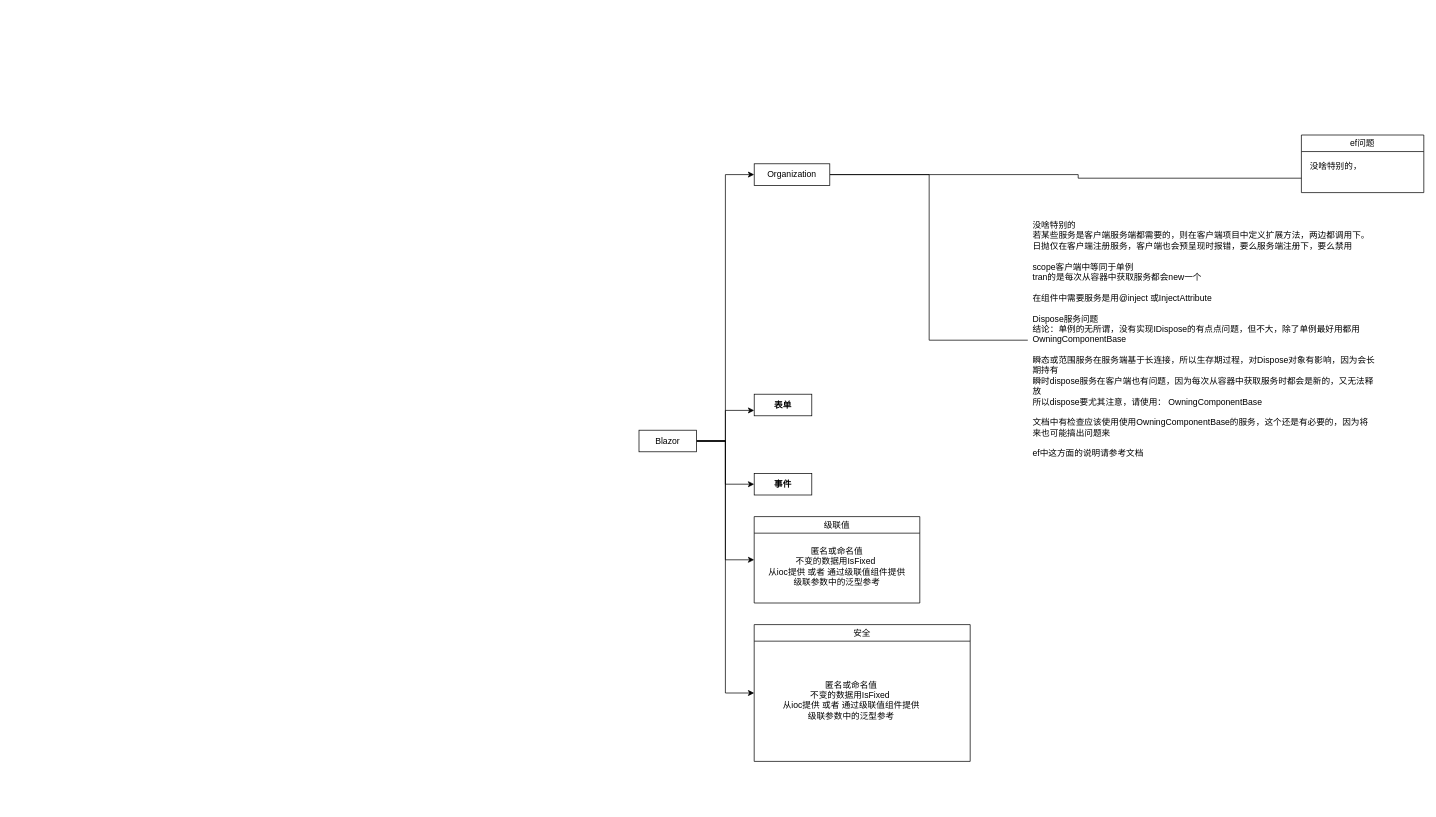
Above: blazor学习思维导图.drawio in bxjg1987/abpGeneralModules (draw.io), before the change. Source tidied: cells renumbered, new cells numbered last; positions are measured from the earlier drawing's top-left corner, leaving out a move shared by most shapes. Both pictures are drawn from the tidied source at 72%, with x=0, y=0 at pixel (639, 135).
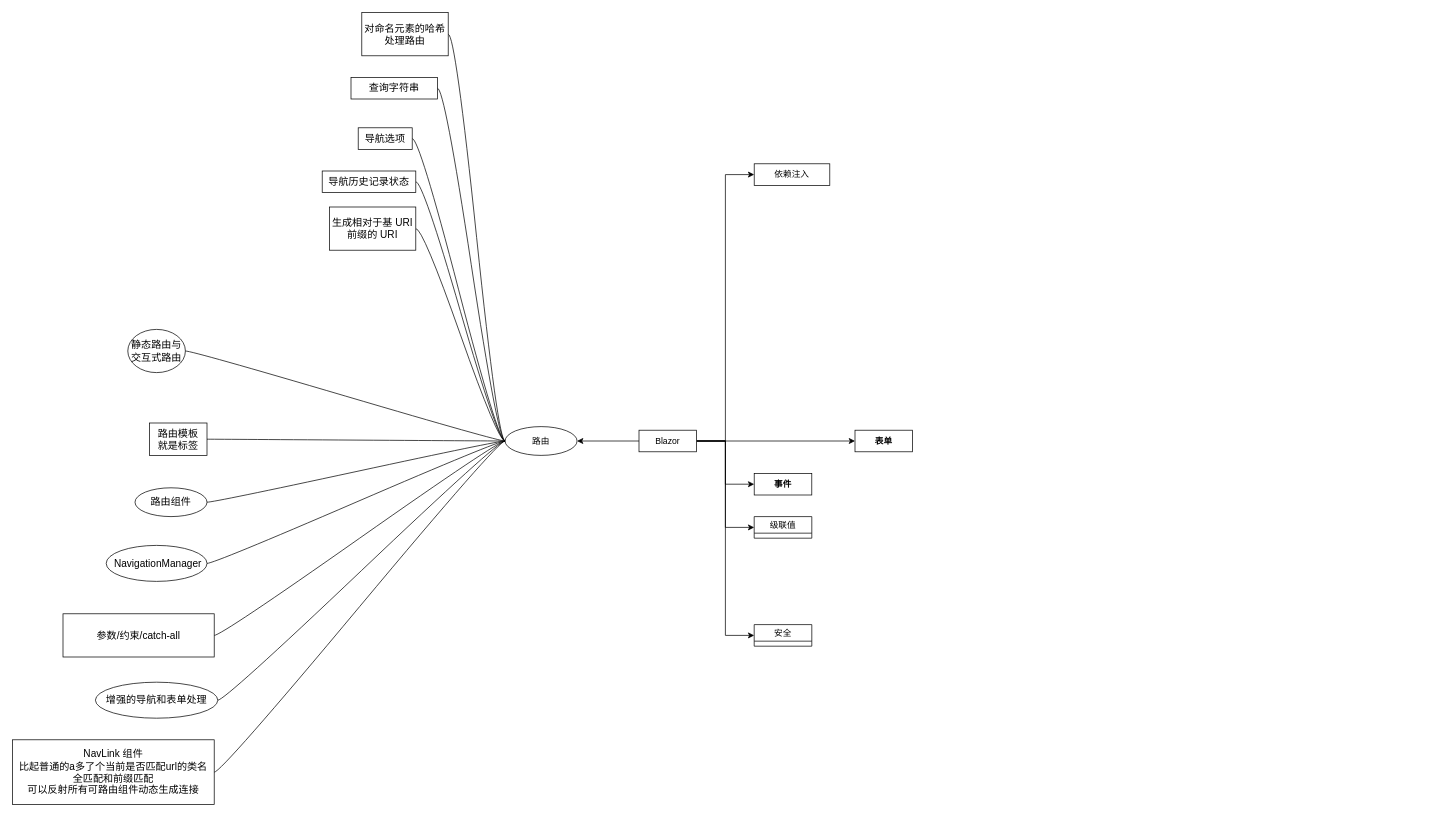
After the change.

Commit message:
更新blazor学习思维导图.drawio

The change refers to these unchanged cells:
```xml
<mxCell id="9" value="Blazor" style="rounded=0;whiteSpace=wrap;html=1;" parent="1" vertex="1">
  <mxGeometry y="410" width="80" height="30" as="geometry" />
</mxCell>
```

The edit, as a diff of the source:
```diff
@@
-    <mxCell id="2" value="&lt;span style=&quot;font-weight: 400; text-align: left;&quot;&gt;级联值&lt;/span&gt;" style="swimlane;whiteSpace=wrap;html=1;" parent="1" vertex="1">
-      <mxGeometry x="160" y="530" width="230" height="120" as="geometry" />
+    <mxCell id="2" value="&lt;span style=&quot;font-weight: 400; text-align: left;&quot;&gt;级联值&lt;/span&gt;" style="swimlane;whiteSpace=wrap;html=1;" parent="1" vertex="1" collapsed="1">
+      <mxGeometry x="160" y="530" width="80" height="30" as="geometry" />
     </mxCell>
-    <mxCell id="3" value="&lt;span style=&quot;text-align: left;&quot;&gt;匿名或命名值&lt;/span&gt;&lt;div&gt;&lt;span style=&quot;text-align: left;&quot;&gt;不变的数据用IsFixed&amp;nbsp;&lt;/span&gt;&lt;span style=&quot;text-align: left;&quot;&gt;&lt;br&gt;&lt;/span&gt;&lt;/div&gt;&lt;div&gt;&lt;span style=&quot;text-align: left;&quot;&gt;从ioc提供 或者 通过级联值组件提供&lt;/span&gt;&lt;span style=&quot;text-align: left;&quot;&gt;&lt;br&gt;&lt;/span&gt;&lt;/div&gt;&lt;div&gt;&lt;span style=&quot;text-align: left;&quot;&gt;级联参数中的泛型参考&lt;/span&gt;&lt;span style=&quot;text-align: left;&quot;&gt;&lt;br&gt;&lt;/span&gt;&lt;/div&gt;" style="text;html=1;align=center;verticalAlign=middle;whiteSpace=wrap;rounded=0;" parent="2" vertex="1">
-      <mxGeometry x="10" y="30" width="210" height="80" as="geometry" />
-    </mxCell>
-    <mxCell id="4" style="edgeStyle=orthogonalEdgeStyle;rounded=0;jettySize=auto;html=1;entryX=0;entryY=0.75;entryDx=0;entryDy=0;" parent="1" edge="1" source="9" target="10">
-      <mxGeometry relative="1" as="geometry" />
-    </mxCell>
@@
+    <mxCell id="4" style="edgeStyle=orthogonalEdgeStyle;rounded=0;jettySize=auto;html=1;exitX=1;exitY=0.5;exitDx=0;exitDy=0;entryX=0;entryY=0.5;entryDx=0;entryDy=0;" parent="1" edge="1" source="9" target="10">
+      <mxGeometry relative="1" as="geometry" />
+    </mxCell>
+    <mxCell id="20" style="edgeStyle=orthogonalEdgeStyle;rounded=0;jettySize=auto;html=1;exitX=0;exitY=0.5;exitDx=0;exitDy=0;entryX=1;entryY=0.5;entryDx=0;entryDy=0;" parent="1" edge="1" source="9" target="33">
+      <mxGeometry relative="1" as="geometry" />
+    </mxCell>
@@
-    <mxCell id="10" value="&lt;span style=&quot;font-weight: 700;&quot;&gt;表单&lt;/span&gt;" style="rounded=0;whiteSpace=wrap;html=1;" parent="1" vertex="1" collapsed="1">
-      <mxGeometry x="160" y="360" width="80" height="30" as="geometry" />
+    <mxCell id="10" value="&lt;span style=&quot;font-weight: 700;&quot;&gt;表单&lt;/span&gt;" style="rounded=0;whiteSpace=wrap;html=1;" parent="1" vertex="1">
+      <mxGeometry x="300" y="410" width="80" height="30" as="geometry" />
     </mxCell>
@@
-    <mxCell id="12" value="&lt;span style=&quot;font-weight: 400; text-align: left;&quot;&gt;安全&lt;/span&gt;" style="swimlane;whiteSpace=wrap;html=1;" parent="1" vertex="1">
-      <mxGeometry x="160" y="680" width="300" height="190" as="geometry" />
+    <mxCell id="12" value="&lt;span style=&quot;font-weight: 400; text-align: left;&quot;&gt;安全&lt;/span&gt;" style="swimlane;whiteSpace=wrap;html=1;" parent="1" vertex="1" collapsed="1">
+      <mxGeometry x="160" y="680" width="80" height="30" as="geometry" />
     </mxCell>
-    <mxCell id="13" value="&lt;span style=&quot;text-align: left;&quot;&gt;匿名或命名值&lt;/span&gt;&lt;div&gt;&lt;span style=&quot;text-align: left;&quot;&gt;不变的数据用IsFixed&amp;nbsp;&lt;/span&gt;&lt;span style=&quot;text-align: left;&quot;&gt;&lt;br&gt;&lt;/span&gt;&lt;/div&gt;&lt;div&gt;&lt;span style=&quot;text-align: left;&quot;&gt;从ioc提供 或者 通过级联值组件提供&lt;/span&gt;&lt;span style=&quot;text-align: left;&quot;&gt;&lt;br&gt;&lt;/span&gt;&lt;/div&gt;&lt;div&gt;&lt;span style=&quot;text-align: left;&quot;&gt;级联参数中的泛型参考&lt;/span&gt;&lt;span style=&quot;text-align: left;&quot;&gt;&lt;br&gt;&lt;/span&gt;&lt;/div&gt;" style="text;html=1;align=center;verticalAlign=middle;whiteSpace=wrap;rounded=0;" parent="12" vertex="1">
-      <mxGeometry x="30" y="50" width="210" height="110" as="geometry" />
-    </mxCell>
-    <mxCell id="14" value="&lt;div style=&quot;text-align: left;&quot;&gt;&lt;span style=&quot;background-color: initial; font-weight: 400;&quot;&gt;ef问题&lt;/span&gt;&lt;/div&gt;" style="swimlane;whiteSpace=wrap;html=1;" parent="1" vertex="1">
-      <mxGeometry x="920" width="170" height="80" as="geometry" />
-    </mxCell>
-    <mxCell id="15" value="&lt;div&gt;没啥特别的，&lt;/div&gt;" style="text;html=1;align=left;verticalAlign=top;whiteSpace=wrap;rounded=0;" parent="14" vertex="1">
-      <mxGeometry x="10" y="30" width="150" height="30" as="geometry" />
-    </mxCell>
-    <mxCell id="16" value="&lt;div&gt;&lt;span style=&quot;&quot;&gt;没啥特别的&lt;/span&gt;&lt;/div&gt;&lt;div&gt;&lt;span style=&quot;&quot;&gt;若某些服务是客户端服务端都需要的，则在客户端项目中定义扩展方法，两边都调用下。&lt;/span&gt;&lt;/div&gt;&lt;div&gt;&lt;span style=&quot;&quot;&gt;日抛仅在客户端注册服务，客户端也会预呈现时报错，要么服务端注册下，要么禁用&lt;/span&gt;&lt;/div&gt;&lt;div&gt;&lt;span style=&quot;&quot;&gt;&lt;br&gt;&lt;/span&gt;&lt;/div&gt;&lt;div&gt;scope客户端中等同于单例&lt;/div&gt;&lt;div&gt;tran的是每次从容器中获取服务都会new一个&lt;/div&gt;&lt;div&gt;&lt;br&gt;&lt;/div&gt;&lt;div&gt;在组件中需要服务是用@inject 或InjectAttribute&lt;/div&gt;&lt;div&gt;&lt;br&gt;&lt;/div&gt;&lt;div&gt;Dispose服务问题&lt;/div&gt;&lt;div&gt;结论：单例的无所谓，没有实现IDispose的有点点问题，但不大，除了单例最好用都用&lt;span style=&quot;background-color: initial;&quot;&gt;OwningComponentBase&lt;/span&gt;&lt;/div&gt;&lt;div&gt;&lt;span style=&quot;background-color: initial;&quot;&gt;&lt;br&gt;&lt;/span&gt;&lt;/div&gt;&lt;div&gt;瞬态或范围服务在服务端基于长连接，所以生存期过程，对Dispose对象有影响，因为会长期持有&lt;/div&gt;&lt;div&gt;瞬时dispose服务在客户端也有问题，因为每次从容器中获取服务时都会是新的，又无法释放&lt;/div&gt;&lt;div&gt;所以dispose要尤其注意，请使用：&amp;nbsp;OwningComponentBase&lt;/div&gt;&lt;div&gt;&lt;br&gt;&lt;/div&gt;&lt;div&gt;文档中有检查应该使用使用&lt;span style=&quot;background-color: initial;&quot;&gt;OwningComponentBase的服务，这个还是有必要的，因为将来也可能搞出问题来&lt;/span&gt;&lt;/div&gt;&lt;div&gt;&lt;span style=&quot;background-color: initial;&quot;&gt;&lt;br&gt;&lt;/span&gt;&lt;/div&gt;&lt;div&gt;&lt;span style=&quot;background-color: initial;&quot;&gt;ef中这方面的说明请参考文档&lt;/span&gt;&lt;/div&gt;&lt;div&gt;&lt;br&gt;&lt;/div&gt;" style="text;html=1;align=left;verticalAlign=top;whiteSpace=wrap;rounded=0;spacingTop=2;spacingLeft=5;spacingBottom=5;spacingRight=5;" parent="1" vertex="1">
-      <mxGeometry x="540" y="110" width="490" height="350" as="geometry" />
-    </mxCell>
-    <mxCell id="17" style="edgeStyle=elbowEdgeStyle;rounded=0;jettySize=auto;html=1;startArrow=none;endArrow=none;exitX=1;exitY=0.5;exitDx=0;exitDy=0;entryX=0;entryY=0.75;entryDx=0;entryDy=0;" parent="1" edge="1" source="19" target="14">
-      <mxGeometry relative="1" as="geometry">
-        <Array as="points">
-          <mxPoint x="610" y="70" />
-        </Array>
-      </mxGeometry>
-    </mxCell>
-    <mxCell id="18" style="edgeStyle=elbowEdgeStyle;rounded=0;jettySize=auto;html=1;startArrow=none;endArrow=none;exitX=1;exitY=0.5;exitDx=0;exitDy=0;" parent="1" edge="1" source="19" target="16">
-      <mxGeometry relative="1" as="geometry" />
-    </mxCell>
-    <mxCell id="19" value="Organization" style="whiteSpace=wrap;html=1;align=center;newEdgeStyle={&quot;edgeStyle&quot;:&quot;elbowEdgeStyle&quot;,&quot;startArrow&quot;:&quot;none&quot;,&quot;endArrow&quot;:&quot;none&quot;};" parent="1" vertex="1">
+    <mxCell id="19" value="依赖注入" style="whiteSpace=wrap;html=1;align=center;newEdgeStyle={&quot;edgeStyle&quot;:&quot;elbowEdgeStyle&quot;,&quot;startArrow&quot;:&quot;none&quot;,&quot;endArrow&quot;:&quot;none&quot;};" parent="1" vertex="1" collapsed="1">
       <mxGeometry x="160" y="40" width="105" height="30" as="geometry" />
     </mxCell>
+    <mxCell id="21" style="edgeStyle=entityRelationEdgeStyle;rounded=0;jettySize=auto;html=1;startArrow=none;endArrow=none;segment=10;curved=1;sourcePerimeterSpacing=0;targetPerimeterSpacing=0;exitX=0;exitY=0.5;exitDx=0;exitDy=0;entryX=1;entryY=0.5;entryDx=0;entryDy=0;" parent="1" edge="1" source="33" target="34">
+      <mxGeometry relative="1" as="geometry" />
+    </mxCell>
+    <mxCell id="22" style="edgeStyle=entityRelationEdgeStyle;rounded=0;jettySize=auto;html=1;startArrow=none;endArrow=none;segment=10;curved=1;sourcePerimeterSpacing=0;targetPerimeterSpacing=0;exitX=0;exitY=0.5;exitDx=0;exitDy=0;" parent="1" edge="1" source="33" target="35">
+      <mxGeometry relative="1" as="geometry" />
+    </mxCell>
+    <mxCell id="23" style="edgeStyle=entityRelationEdgeStyle;rounded=0;jettySize=auto;html=1;startArrow=none;endArrow=none;segment=10;curved=1;sourcePerimeterSpacing=0;targetPerimeterSpacing=0;exitX=0;exitY=0.5;exitDx=0;exitDy=0;entryX=1;entryY=0.5;entryDx=0;entryDy=0;" parent="1" edge="1" source="33" target="36">
+      <mxGeometry relative="1" as="geometry" />
+    </mxCell>
+    <mxCell id="24" style="edgeStyle=entityRelationEdgeStyle;rounded=0;jettySize=auto;html=1;startArrow=none;endArrow=none;segment=10;curved=1;sourcePerimeterSpacing=0;targetPerimeterSpacing=0;exitX=0;exitY=0.5;exitDx=0;exitDy=0;" parent="1" edge="1" source="33" target="37">
+      <mxGeometry relative="1" as="geometry" />
+    </mxCell>
+    <mxCell id="25" style="edgeStyle=entityRelationEdgeStyle;rounded=0;jettySize=auto;html=1;startArrow=none;endArrow=none;segment=10;curved=1;sourcePerimeterSpacing=0;targetPerimeterSpacing=0;exitX=0;exitY=0.5;exitDx=0;exitDy=0;entryX=1;entryY=0.5;entryDx=0;entryDy=0;" parent="1" edge="1" source="33" target="38">
+      <mxGeometry relative="1" as="geometry" />
+    </mxCell>
+    <mxCell id="26" style="edgeStyle=entityRelationEdgeStyle;rounded=0;jettySize=auto;html=1;startArrow=none;endArrow=none;segment=10;curved=1;sourcePerimeterSpacing=0;targetPerimeterSpacing=0;exitX=0;exitY=0.5;exitDx=0;exitDy=0;" parent="1" edge="1" source="33" target="40">
+      <mxGeometry relative="1" as="geometry" />
+    </mxCell>
+    <mxCell id="27" style="edgeStyle=entityRelationEdgeStyle;rounded=0;jettySize=auto;html=1;startArrow=none;endArrow=none;segment=10;curved=1;sourcePerimeterSpacing=0;targetPerimeterSpacing=0;exitX=0;exitY=0.5;exitDx=0;exitDy=0;entryX=1;entryY=0.5;entryDx=0;entryDy=0;" parent="1" edge="1" source="33" target="41">
+      <mxGeometry relative="1" as="geometry" />
+    </mxCell>
+    <mxCell id="28" style="edgeStyle=entityRelationEdgeStyle;rounded=0;jettySize=auto;html=1;startArrow=none;endArrow=none;segment=10;curved=1;sourcePerimeterSpacing=0;targetPerimeterSpacing=0;exitX=0;exitY=0.5;exitDx=0;exitDy=0;entryX=1;entryY=0.5;entryDx=0;entryDy=0;" parent="1" edge="1" source="33" target="42">
+      <mxGeometry relative="1" as="geometry" />
+    </mxCell>
+    <mxCell id="29" style="edgeStyle=entityRelationEdgeStyle;rounded=0;jettySize=auto;html=1;startArrow=none;endArrow=none;segment=10;curved=1;sourcePerimeterSpacing=0;targetPerimeterSpacing=0;exitX=0;exitY=0.5;exitDx=0;exitDy=0;entryX=1;entryY=0.5;entryDx=0;entryDy=0;" parent="1" edge="1" source="33" target="43">
+      <mxGeometry relative="1" as="geometry" />
+    </mxCell>
+    <mxCell id="30" style="edgeStyle=entityRelationEdgeStyle;rounded=0;jettySize=auto;html=1;startArrow=none;endArrow=none;segment=10;curved=1;sourcePerimeterSpacing=0;targetPerimeterSpacing=0;exitX=0;exitY=0.5;exitDx=0;exitDy=0;entryX=1;entryY=0.5;entryDx=0;entryDy=0;" parent="1" edge="1" source="33" target="44">
+      <mxGeometry relative="1" as="geometry" />
+    </mxCell>
+    <mxCell id="31" style="edgeStyle=entityRelationEdgeStyle;rounded=0;jettySize=auto;html=1;startArrow=none;endArrow=none;segment=10;curved=1;sourcePerimeterSpacing=0;targetPerimeterSpacing=0;exitX=0;exitY=0.5;exitDx=0;exitDy=0;entryX=1;entryY=0.5;entryDx=0;entryDy=0;" parent="1" edge="1" source="33" target="45">
+      <mxGeometry relative="1" as="geometry" />
+    </mxCell>
+    <mxCell id="32" style="edgeStyle=entityRelationEdgeStyle;rounded=0;jettySize=auto;html=1;startArrow=none;endArrow=none;segment=10;curved=1;sourcePerimeterSpacing=0;targetPerimeterSpacing=0;exitX=0;exitY=0.5;exitDx=0;exitDy=0;entryX=1;entryY=0.5;entryDx=0;entryDy=0;" parent="1" edge="1" source="33" target="39">
+      <mxGeometry relative="1" as="geometry" />
+    </mxCell>
+    <mxCell id="33" value="路由" style="ellipse;whiteSpace=wrap;html=1;align=center;newEdgeStyle={&quot;edgeStyle&quot;:&quot;entityRelationEdgeStyle&quot;,&quot;startArrow&quot;:&quot;none&quot;,&quot;endArrow&quot;:&quot;none&quot;,&quot;segment&quot;:10,&quot;curved&quot;:1,&quot;sourcePerimeterSpacing&quot;:0,&quot;targetPerimeterSpacing&quot;:0};" parent="1" vertex="1">
+      <mxGeometry x="-186" y="405" width="100" height="40" as="geometry" />
+    </mxCell>
+    <mxCell id="34" value="参数/约束/catch-all" style="whiteSpace=wrap;html=1;align=center;newEdgeStyle={&quot;edgeStyle&quot;:&quot;elbowEdgeStyle&quot;,&quot;startArrow&quot;:&quot;none&quot;,&quot;endArrow&quot;:&quot;none&quot;};fontSize=14;" parent="1" vertex="1">
+      <mxGeometry x="-800" y="665" width="210" height="60" as="geometry" />
+    </mxCell>
+    <mxCell id="35" value="NavLink 组件&lt;div&gt;比起普通的a多了个当前是否匹配url的类名&lt;/div&gt;&lt;div&gt;全匹配和前缀匹配&lt;/div&gt;&lt;div&gt;可以反射所有可路由组件动态生成连接&lt;/div&gt;" style="whiteSpace=wrap;html=1;align=center;newEdgeStyle={&quot;edgeStyle&quot;:&quot;elbowEdgeStyle&quot;,&quot;startArrow&quot;:&quot;none&quot;,&quot;endArrow&quot;:&quot;none&quot;};fontSize=14;" parent="1" vertex="1">
+      <mxGeometry x="-870" y="840" width="280" height="90" as="geometry" />
+    </mxCell>
+    <mxCell id="36" value="&amp;nbsp;NavigationManager" style="ellipse;whiteSpace=wrap;html=1;align=center;newEdgeStyle={&quot;edgeStyle&quot;:&quot;entityRelationEdgeStyle&quot;,&quot;startArrow&quot;:&quot;none&quot;,&quot;endArrow&quot;:&quot;none&quot;,&quot;segment&quot;:10,&quot;curved&quot;:1,&quot;sourcePerimeterSpacing&quot;:0,&quot;targetPerimeterSpacing&quot;:0};fontSize=14;" parent="1" vertex="1" collapsed="1">
+      <mxGeometry x="-740" y="570" width="140" height="50" as="geometry" />
+    </mxCell>
+    <mxCell id="37" value="增强的导航和表单处理" style="ellipse;whiteSpace=wrap;html=1;align=center;newEdgeStyle={&quot;edgeStyle&quot;:&quot;entityRelationEdgeStyle&quot;,&quot;startArrow&quot;:&quot;none&quot;,&quot;endArrow&quot;:&quot;none&quot;,&quot;segment&quot;:10,&quot;curved&quot;:1,&quot;sourcePerimeterSpacing&quot;:0,&quot;targetPerimeterSpacing&quot;:0};fontSize=14;" parent="1" vertex="1" collapsed="1">
+      <mxGeometry x="-755" y="760" width="170" height="50" as="geometry" />
+    </mxCell>
+    <mxCell id="38" value="生成相对于基 URI 前缀的 URI" style="whiteSpace=wrap;html=1;align=center;newEdgeStyle={&quot;edgeStyle&quot;:&quot;elbowEdgeStyle&quot;,&quot;startArrow&quot;:&quot;none&quot;,&quot;endArrow&quot;:&quot;none&quot;};fontSize=14;" parent="1" vertex="1">
+      <mxGeometry x="-430" y="100" width="120" height="60" as="geometry" />
+    </mxCell>
+    <mxCell id="39" value="导航历史记录状态" style="whiteSpace=wrap;html=1;align=center;newEdgeStyle={&quot;edgeStyle&quot;:&quot;elbowEdgeStyle&quot;,&quot;startArrow&quot;:&quot;none&quot;,&quot;endArrow&quot;:&quot;none&quot;};fontSize=14;" parent="1" vertex="1">
+      <mxGeometry x="-440" y="50" width="130" height="30" as="geometry" />
+    </mxCell>
+    <mxCell id="40" value="导航选项" style="whiteSpace=wrap;html=1;align=center;newEdgeStyle={&quot;edgeStyle&quot;:&quot;elbowEdgeStyle&quot;,&quot;startArrow&quot;:&quot;none&quot;,&quot;endArrow&quot;:&quot;none&quot;};fontSize=14;" parent="1" vertex="1">
+      <mxGeometry x="-390" y="-10" width="75" height="30" as="geometry" />
+    </mxCell>
+    <mxCell id="41" value="查询字符串" style="whiteSpace=wrap;html=1;align=center;newEdgeStyle={&quot;edgeStyle&quot;:&quot;elbowEdgeStyle&quot;,&quot;startArrow&quot;:&quot;none&quot;,&quot;endArrow&quot;:&quot;none&quot;};fontSize=14;" parent="1" vertex="1">
+      <mxGeometry x="-400" y="-80" width="120" height="30" as="geometry" />
+    </mxCell>
+    <mxCell id="42" value="对命名元素的哈希处理路由" style="whiteSpace=wrap;html=1;align=center;newEdgeStyle={&quot;edgeStyle&quot;:&quot;elbowEdgeStyle&quot;,&quot;startArrow&quot;:&quot;none&quot;,&quot;endArrow&quot;:&quot;none&quot;};fontSize=14;" parent="1" vertex="1">
+      <mxGeometry x="-385" y="-170" width="120" height="60" as="geometry" />
+    </mxCell>
+    <mxCell id="43" value="路由组件" style="ellipse;whiteSpace=wrap;html=1;align=center;newEdgeStyle={&quot;edgeStyle&quot;:&quot;entityRelationEdgeStyle&quot;,&quot;startArrow&quot;:&quot;none&quot;,&quot;endArrow&quot;:&quot;none&quot;,&quot;segment&quot;:10,&quot;curved&quot;:1,&quot;sourcePerimeterSpacing&quot;:0,&quot;targetPerimeterSpacing&quot;:0};fontSize=14;" parent="1" vertex="1" collapsed="1">
+      <mxGeometry x="-700" y="490" width="100" height="40" as="geometry" />
+    </mxCell>
+    <mxCell id="44" value="静态路由与交互式路由" style="ellipse;whiteSpace=wrap;html=1;align=center;newEdgeStyle={&quot;edgeStyle&quot;:&quot;entityRelationEdgeStyle&quot;,&quot;startArrow&quot;:&quot;none&quot;,&quot;endArrow&quot;:&quot;none&quot;,&quot;segment&quot;:10,&quot;curved&quot;:1,&quot;sourcePerimeterSpacing&quot;:0,&quot;targetPerimeterSpacing&quot;:0};fontSize=14;" parent="1" vertex="1" collapsed="1">
+      <mxGeometry x="-710" y="270" width="80" height="60" as="geometry" />
+    </mxCell>
+    <mxCell id="45" value="路由模板&lt;div style=&quot;font-size: 14px;&quot;&gt;就是标签&lt;/div&gt;" style="whiteSpace=wrap;html=1;align=center;newEdgeStyle={&quot;edgeStyle&quot;:&quot;elbowEdgeStyle&quot;,&quot;startArrow&quot;:&quot;none&quot;,&quot;endArrow&quot;:&quot;none&quot;};fontSize=14;" parent="1" vertex="1">
+      <mxGeometry x="-680" y="400" width="80" height="45" as="geometry" />
+    </mxCell>
```
